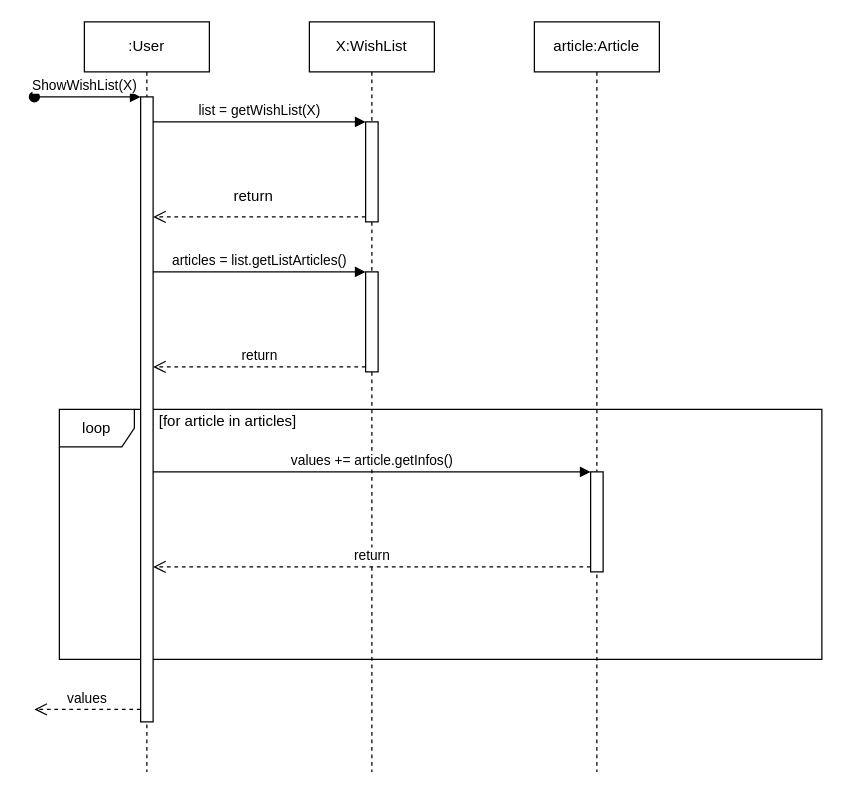
Above: Diagrammes/SequenceDiagrams/showWishlist.drawio in NNepper/LSINF1225-2020-GroupeL1.1-WishList (draw.io), before the change. Source tidied: cells renumbered, new cells numbered last; positions are measured from the earlier drawing's top-left corner, leaving out a move shared by most shapes. Both pictures are drawn from the tidied source at 125%, with x=0, y=0 at pixel (34, 21).
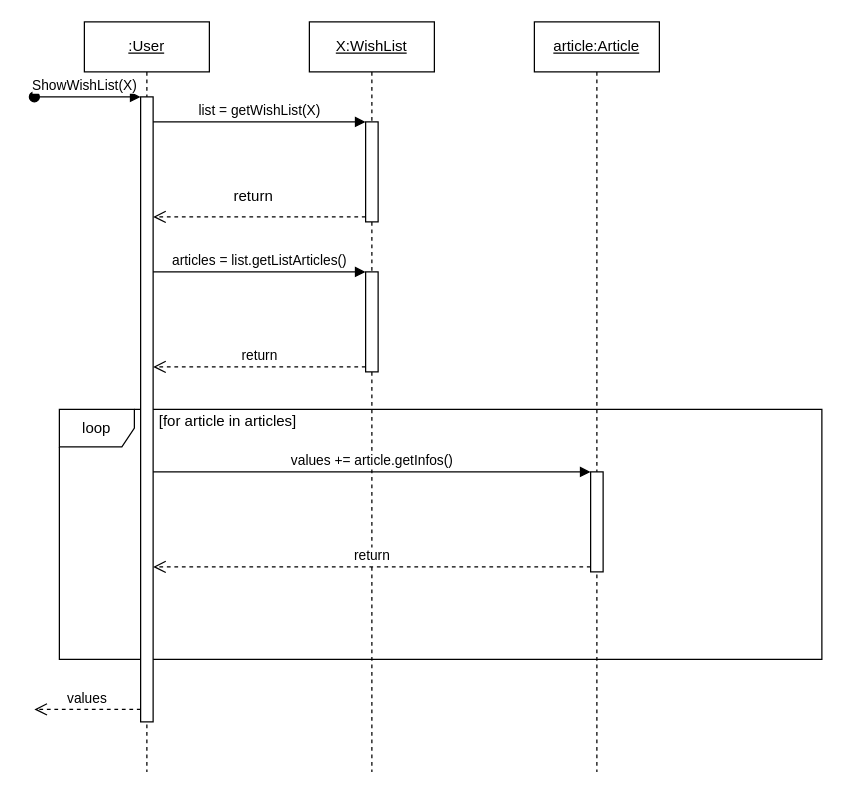
After the change.

What changed in the source:
```diff
@@
-    <mxCell id="3" value=":User" style="shape=umlLifeline;perimeter=lifelinePerimeter;whiteSpace=wrap;html=1;" parent="1" vertex="1">
+    <mxCell id="3" value="&lt;u&gt;:User&lt;/u&gt;" style="shape=umlLifeline;perimeter=lifelinePerimeter;whiteSpace=wrap;html=1;" parent="1" vertex="1">
       <mxGeometry x="40" width="100" height="600" as="geometry" />
     </mxCell>
@@
-    <mxCell id="6" value="X:WishList" style="shape=umlLifeline;perimeter=lifelinePerimeter;whiteSpace=wrap;html=1;" parent="1" vertex="1">
+    <mxCell id="6" value="&lt;u&gt;X:WishList&lt;/u&gt;" style="shape=umlLifeline;perimeter=lifelinePerimeter;whiteSpace=wrap;html=1;" parent="1" vertex="1">
       <mxGeometry x="220" width="100" height="600" as="geometry" />
     </mxCell>
@@
-    <mxCell id="14" value="article:Article" style="shape=umlLifeline;perimeter=lifelinePerimeter;whiteSpace=wrap;html=1;" parent="1" vertex="1">
+    <mxCell id="14" value="&lt;u&gt;article:Article&lt;/u&gt;" style="shape=umlLifeline;perimeter=lifelinePerimeter;whiteSpace=wrap;html=1;" parent="1" vertex="1">
       <mxGeometry x="400" width="100" height="600" as="geometry" />
     </mxCell>
```
